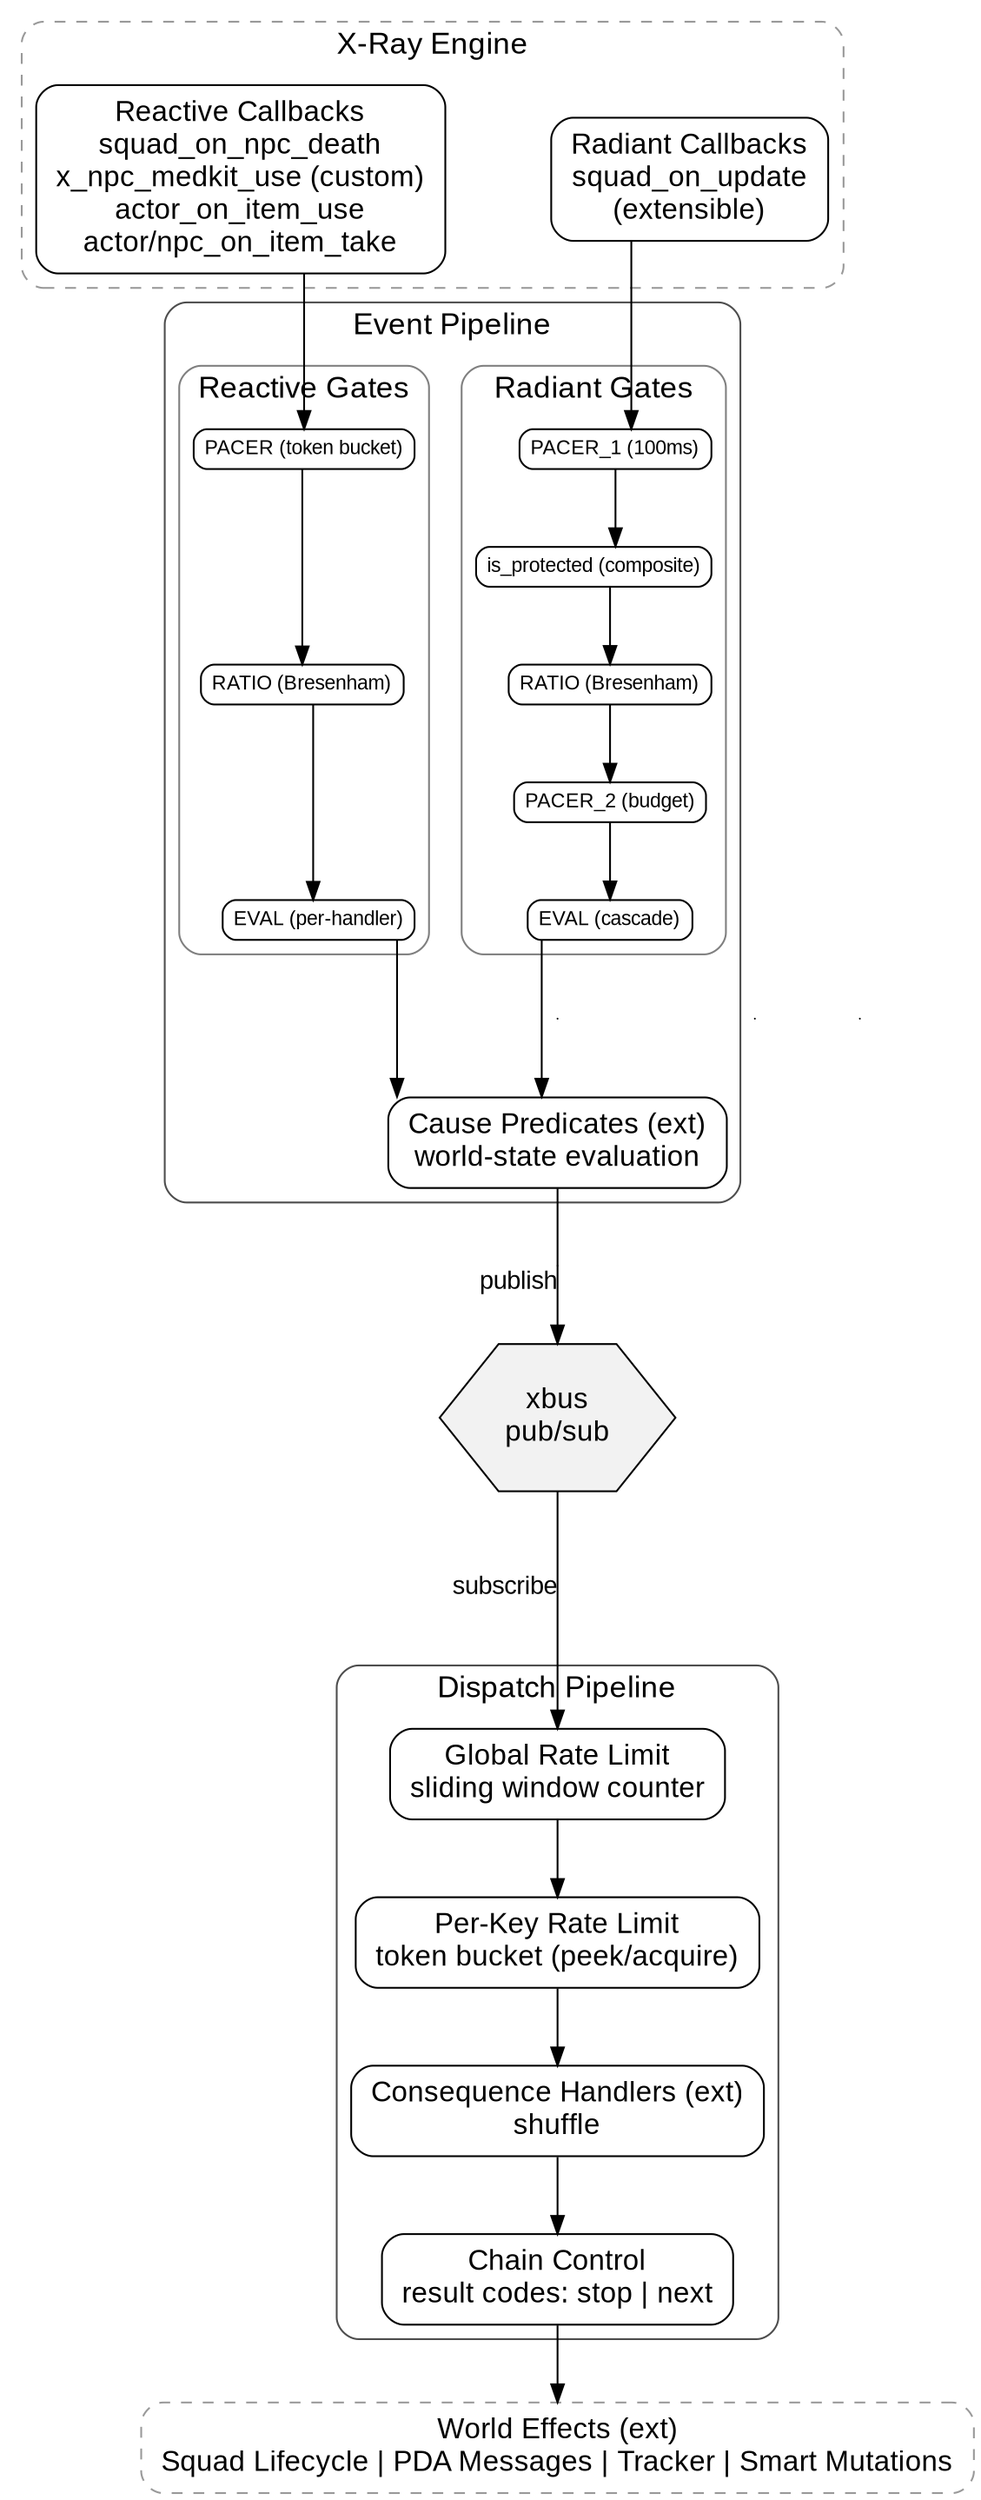
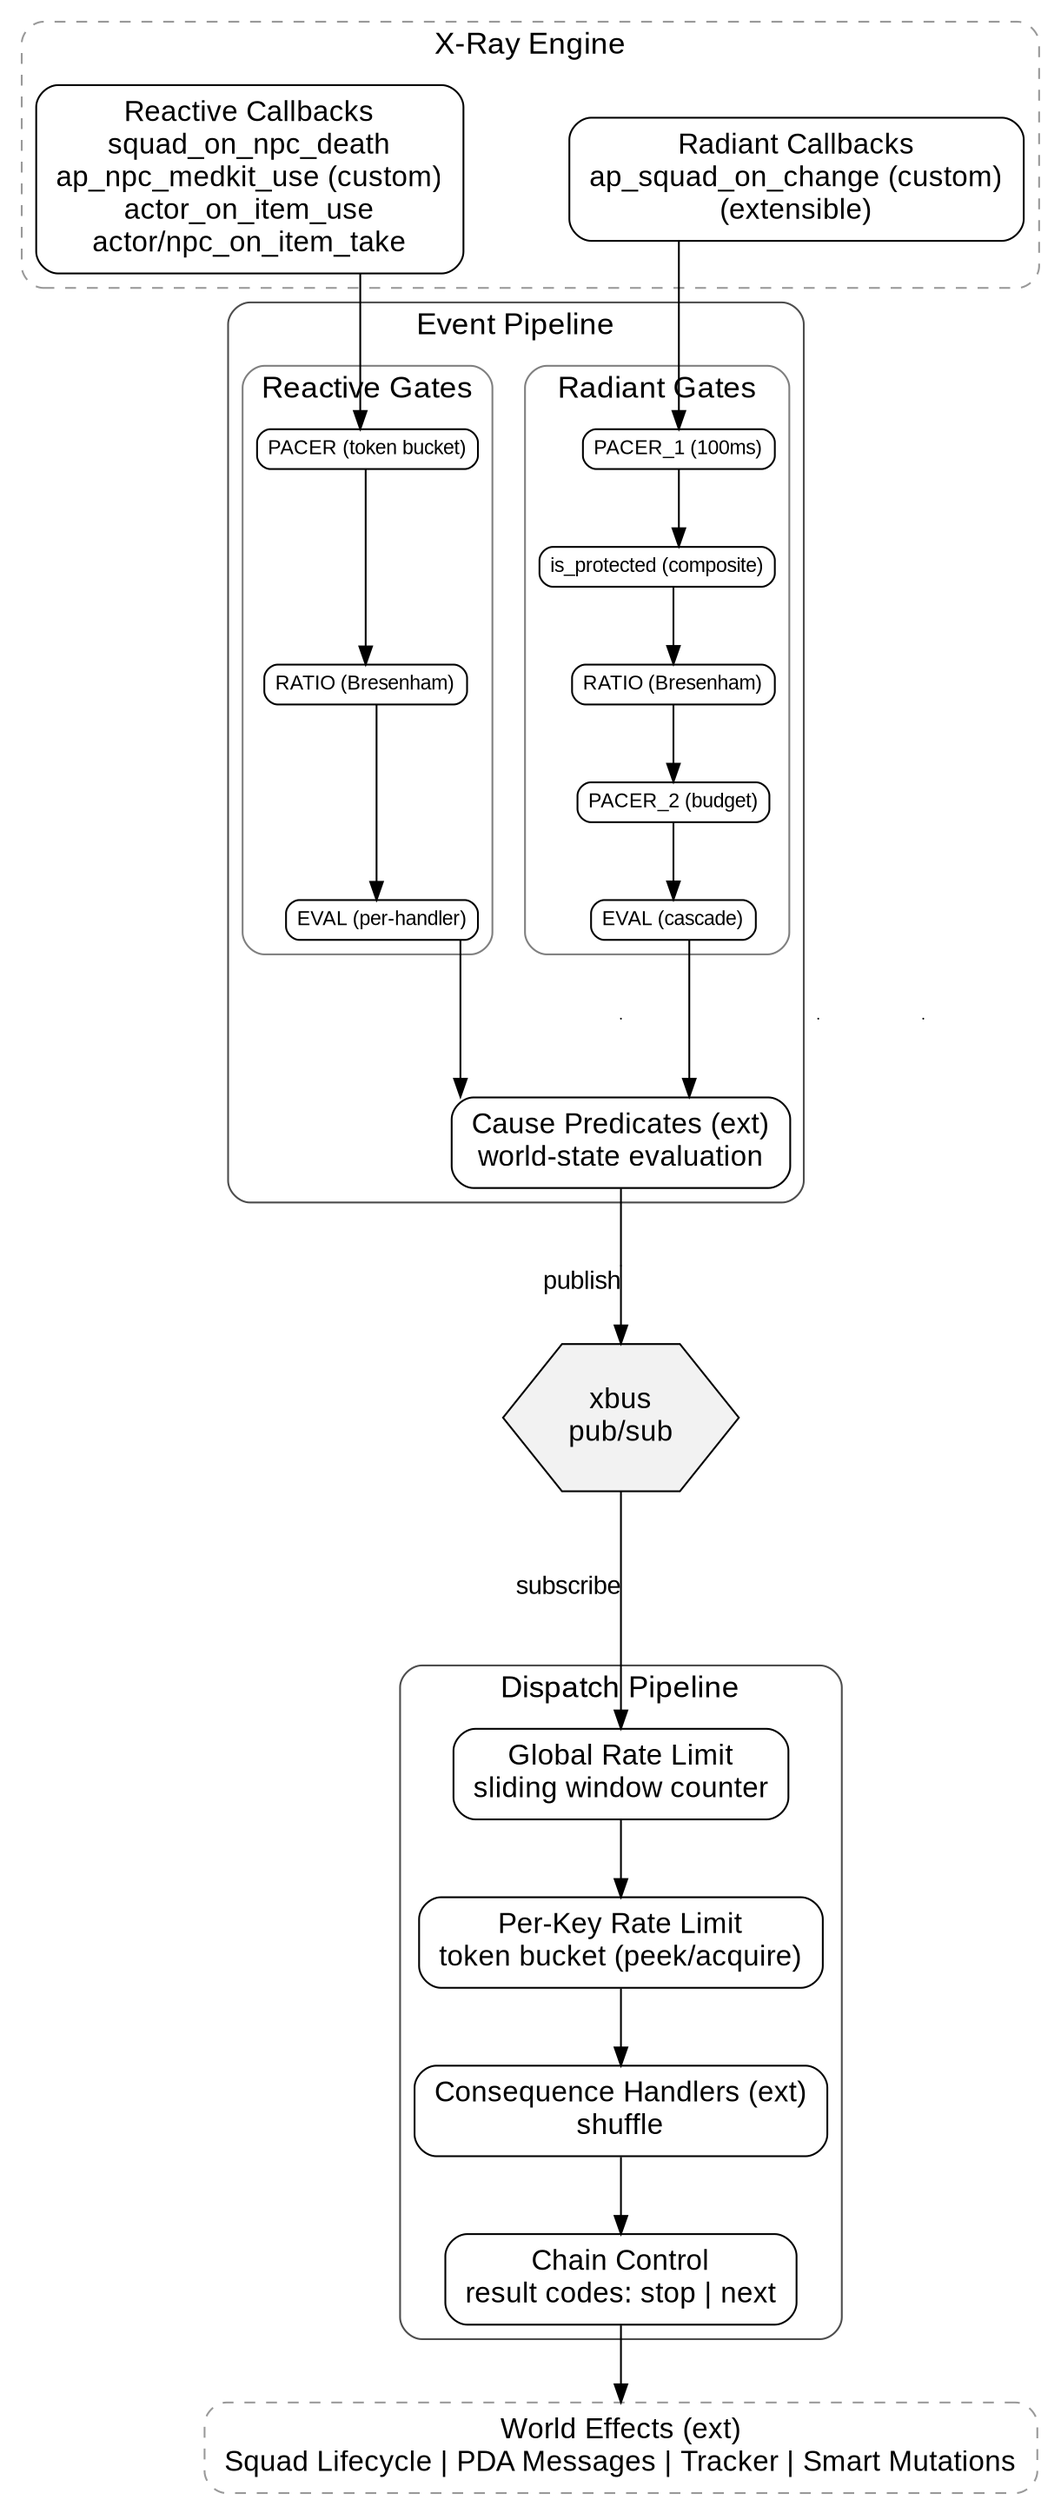
digraph system_overview {
    // Layout
    rankdir=TB
    splines=ortho
    compound=true
    newrank=true
    nodesep=0.8
    ranksep=0.6

    // Defaults
    node [shape=box, style="rounded,filled", fillcolor=white,
          fontsize=16, fontname="Arial", margin="0.15,0.1"]
    edge [fontsize=14, fontname="Arial"]
    graph [fontsize=17, fontname="Arial"]

    // X-Ray Engine
    subgraph cluster_xray {
        label="X-Ray Engine"
        style="rounded,dashed"
        color=gray60

-         radiant [label="Radiant Callbacks\nsquad_on_update\n(extensible)"]
-         reactive [label="Reactive Callbacks\nsquad_on_npc_death\nx_npc_medkit_use (custom)\nactor_on_item_use\nactor/npc_on_item_take"]
+         radiant [label="Radiant Callbacks\nap_squad_on_change (custom)\n(extensible)"]
+         reactive [label="Reactive Callbacks\nsquad_on_npc_death\nap_npc_medkit_use (custom)\nactor_on_item_use\nactor/npc_on_item_take"]
    }

    // Event Pipeline
    subgraph cluster_event {
        label="Event Pipeline"
        style=rounded
        color=gray30

        // Gate nodes - smaller font, tighter
        node [fontsize=11, margin="0.08,0.04", height=0.3, width=1.0]

        // Radiant gate chain
        subgraph cluster_radiant {
            label="Radiant Gates"
            style=rounded
            color=gray50

            rg1 [label="PACER_1 (100ms)"]
            rg2 [label="is_protected (composite)"]
            rg3 [label="RATIO (Bresenham)"]
            rg4 [label="PACER_2 (budget)"]
            rg5 [label="EVAL (cascade)"]

            rg1 -> rg2
            rg2 -> rg3
            rg3 -> rg4
            rg4 -> rg5
        }

        // Reactive gate chain
        subgraph cluster_reactive {
            label="Reactive Gates"
            style=rounded
            color=gray50

            xg1 [label="PACER (token bucket)"]
            xg2 [label="RATIO (Bresenham)"]
            xg3 [label="EVAL (per-handler)"]

            xg1 -> xg2
            xg2 -> xg3
        }

        // Invisible centering node
        gate_center [shape=point, width=0, height=0]

        // Reset node style for predicate
        node [fontsize=16, margin="0.15,0.1", height=0, width=0]
        predicate [label="Cause Predicates (ext)\nworld-state evaluation"]
    }

    // Force gate chains side by side with center point
    {rank=same; rg1; xg1}
    {rank=same; rg3; xg2}
    {rank=same; rg5; xg3}
    radiant_invis [shape=point, width=0, height=0]
    reactive_invis [shape=point, width=0, height=0]
    {rank=same; radiant_invis; gate_center; reactive_invis}
    rg5 -> radiant_invis [style=invis]
    xg3 -> reactive_invis [style=invis]
    radiant_invis -> gate_center [style=invis]
    gate_center -> reactive_invis [style=invis]

    // Spacer to lengthen edge before xbus
    pre_bus [shape=point, width=0, height=0]

    // xbus boundary
    bus [shape=hexagon, label="xbus\npub/sub", style=filled, fillcolor=gray95]

    // Dispatch Pipeline
    subgraph cluster_dispatch {
        label="Dispatch Pipeline"
        style=rounded
        color=gray30
        node [fontsize=16, margin="0.15,0.1", height=0, width=0]

        global_rate [label="Global Rate Limit\nsliding window counter"]
        per_rate [label="Per-Key Rate Limit\ntoken bucket (peek/acquire)"]
        handlers [label="Consequence Handlers (ext)\nshuffle"]
        chain [label="Chain Control\nresult codes: stop | next"]

        global_rate -> per_rate
        per_rate -> handlers
        handlers -> chain
    }

    // World Effects
    effects [label="World Effects (ext)\nSquad Lifecycle | PDA Messages | Tracker | Smart Mutations",
             style="rounded,dashed", color=gray60]

    // Flow
    radiant -> rg1
    reactive -> xg1
    gate_center -> predicate [style=invis, weight=100]
    rg5 -> predicate
    xg3 -> predicate
    predicate -> pre_bus [arrowhead=none]
    pre_bus -> bus [xlabel="publish"]
    bus -> global_rate [xlabel="subscribe", minlen=3]
    chain -> effects
}
